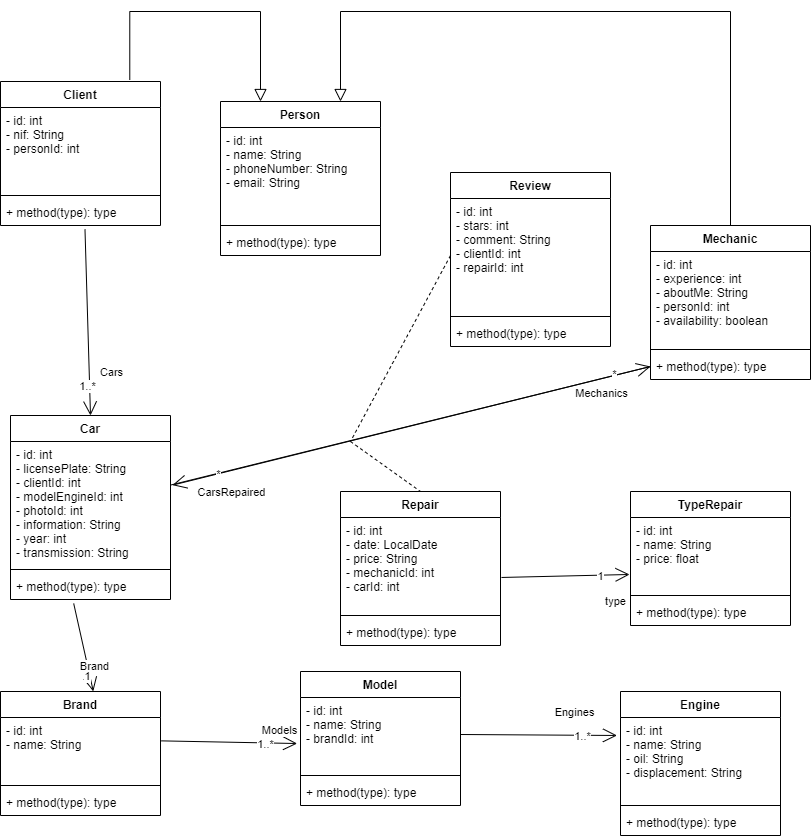
jonhot1/Projeto-de-Desenvolvimento-M-vel- keeps this draw.io diagram as ClassDiagram.drawio.png. Above is the earlier version. Source tidied: cells renumbered, new cells last; positions are measured from the earlier drawing's top-left corner, leaving out a move shared by most shapes.
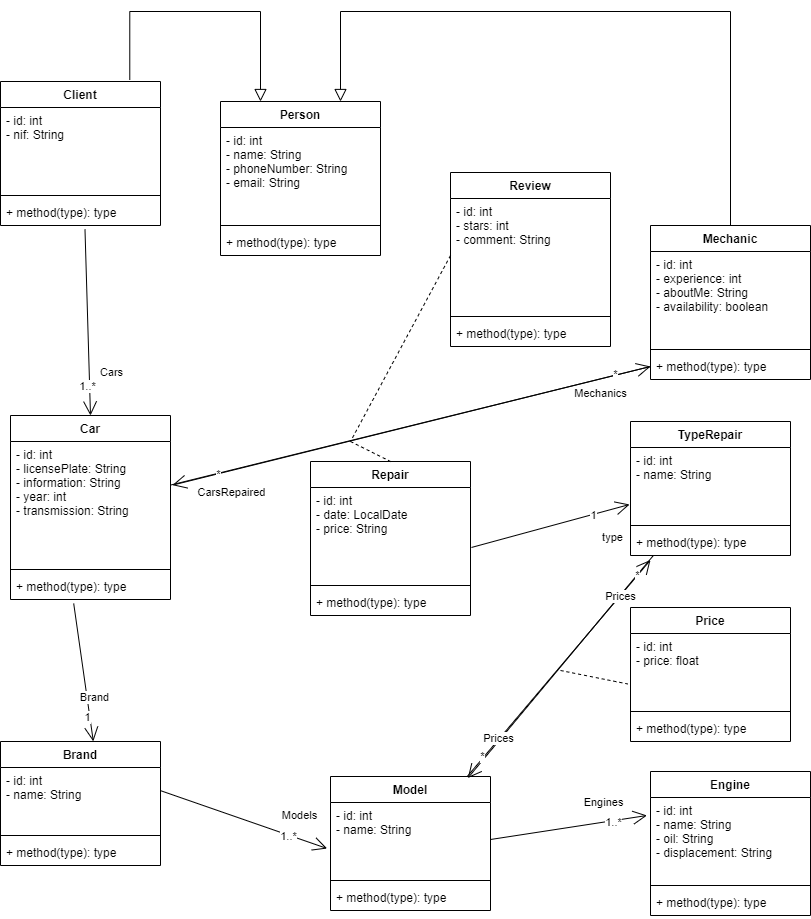
Above is the later version.

Diff of the diagram source:
```diff
@@ -36,7 +36,7 @@
     <mxCell id="8" value="Client" style="swimlane;fontStyle=1;align=center;verticalAlign=top;horizontal=1;startSize=26;" parent="1" vertex="1">
       <mxGeometry y="70" width="160" height="144" as="geometry" />
     </mxCell>
-    <mxCell id="9" value="- id: int&#10;- nif: String&#10;- personId: int " style="text;strokeColor=none;fillColor=none;align=left;verticalAlign=top;spacingLeft=4;spacingRight=4;overflow=hidden;" parent="8" vertex="1">
+    <mxCell id="9" value="- id: int&#10;- nif: String" style="text;strokeColor=none;fillColor=none;align=left;verticalAlign=top;spacingLeft=4;spacingRight=4;overflow=hidden;" parent="8" vertex="1">
       <mxGeometry y="26" width="160" height="84" as="geometry" />
     </mxCell>
     <mxCell id="10" style="line;strokeWidth=1;fillColor=none;align=left;verticalAlign=middle;spacingTop=-1;spacingLeft=3;spacingRight=3;labelPosition=right;" parent="8" vertex="1">
@@ -48,7 +48,7 @@
     <mxCell id="12" value="Mechanic" style="swimlane;fontStyle=1;align=center;verticalAlign=top;horizontal=1;startSize=26;" parent="1" vertex="1">
       <mxGeometry x="650" y="214" width="160" height="154" as="geometry" />
     </mxCell>
-    <mxCell id="13" value="- id: int&#10;- experience: int&#10;- aboutMe: String&#10;- personId: int&#10;- availability: boolean" style="text;strokeColor=none;fillColor=none;align=left;verticalAlign=top;spacingLeft=4;spacingRight=4;overflow=hidden;" parent="12" vertex="1">
+    <mxCell id="13" value="- id: int&#10;- experience: int&#10;- aboutMe: String&#10;- availability: boolean" style="text;strokeColor=none;fillColor=none;align=left;verticalAlign=top;spacingLeft=4;spacingRight=4;overflow=hidden;" parent="12" vertex="1">
       <mxGeometry y="26" width="160" height="94" as="geometry" />
     </mxCell>
     <mxCell id="14" style="line;strokeWidth=1;fillColor=none;align=left;verticalAlign=middle;spacingTop=-1;spacingLeft=3;spacingRight=3;labelPosition=right;" parent="12" vertex="1">
@@ -58,7 +58,7 @@
       <mxGeometry y="128" width="160" height="26" as="geometry" />
     </mxCell>
     <mxCell id="16" value="Brand" style="swimlane;fontStyle=1;align=center;verticalAlign=top;horizontal=1;startSize=26;" parent="1" vertex="1">
-      <mxGeometry y="680" width="160" height="124" as="geometry" />
+      <mxGeometry y="730" width="160" height="124" as="geometry" />
     </mxCell>
     <mxCell id="17" value="- id: int&#10;- name: String" style="text;strokeColor=none;fillColor=none;align=left;verticalAlign=top;spacingLeft=4;spacingRight=4;overflow=hidden;points=[[0,0.5],[1,0.5]];portConstraint=eastwest;" parent="16" vertex="1">
       <mxGeometry y="26" width="160" height="64" as="geometry" />
@@ -72,7 +72,7 @@
     <mxCell id="20" value="Car" style="swimlane;fontStyle=1;align=center;verticalAlign=top;horizontal=1;startSize=26;" parent="1" vertex="1">
       <mxGeometry x="10" y="404" width="160" height="184" as="geometry" />
     </mxCell>
-    <mxCell id="21" value="- id: int&#10;- licensePlate: String&#10;- clientId: int&#10;- modelEngineId: int&#10;- photoId: int&#10;- information: String&#10;- year: int&#10;- transmission: String" style="text;strokeColor=none;fillColor=none;align=left;verticalAlign=top;spacingLeft=4;spacingRight=4;overflow=hidden;points=[[0,0.5],[1,0.5]];portConstraint=eastwest;" parent="20" vertex="1">
+    <mxCell id="21" value="- id: int&#10;- licensePlate: String&#10;- information: String&#10;- year: int&#10;- transmission: String" style="text;strokeColor=none;fillColor=none;align=left;verticalAlign=top;spacingLeft=4;spacingRight=4;overflow=hidden;points=[[0,0.5],[1,0.5]];portConstraint=eastwest;" parent="20" vertex="1">
       <mxGeometry y="26" width="160" height="124" as="geometry" />
     </mxCell>
     <mxCell id="22" style="line;strokeWidth=1;fillColor=none;align=left;verticalAlign=middle;spacingTop=-1;spacingLeft=3;spacingRight=3;labelPosition=right;" parent="20" vertex="1">
@@ -82,7 +82,7 @@
       <mxGeometry y="158" width="160" height="26" as="geometry" />
     </mxCell>
     <mxCell id="24" value="Engine" style="swimlane;fontStyle=1;align=center;verticalAlign=top;horizontal=1;startSize=26;" parent="1" vertex="1">
-      <mxGeometry x="620" y="680" width="160" height="144" as="geometry" />
+      <mxGeometry x="650" y="760" width="160" height="144" as="geometry" />
     </mxCell>
     <mxCell id="25" value="- id: int&#10;- name: String&#10;- oil: String&#10;- displacement: String" style="text;strokeColor=none;fillColor=none;align=left;verticalAlign=top;spacingLeft=4;spacingRight=4;overflow=hidden;points=[[0,0.5],[1,0.5]];portConstraint=eastwest;" parent="24" vertex="1">
       <mxGeometry y="26" width="160" height="84" as="geometry" />
@@ -94,9 +94,9 @@
       <mxGeometry y="118" width="160" height="26" as="geometry" />
     </mxCell>
     <mxCell id="28" value="Model" style="swimlane;fontStyle=1;align=center;verticalAlign=top;horizontal=1;startSize=26;" parent="1" vertex="1">
-      <mxGeometry x="300" y="660" width="160" height="134" as="geometry" />
+      <mxGeometry x="330" y="765" width="160" height="134" as="geometry" />
     </mxCell>
-    <mxCell id="29" value="- id: int&#10;- name: String&#10;- brandId: int" style="text;strokeColor=none;fillColor=none;align=left;verticalAlign=top;spacingLeft=4;spacingRight=4;overflow=hidden;points=[[0,0.5],[1,0.5]];portConstraint=eastwest;" parent="28" vertex="1">
+    <mxCell id="29" value="- id: int&#10;- name: String&#10;" style="text;strokeColor=none;fillColor=none;align=left;verticalAlign=top;spacingLeft=4;spacingRight=4;overflow=hidden;points=[[0,0.5],[1,0.5]];portConstraint=eastwest;" parent="28" vertex="1">
       <mxGeometry y="26" width="160" height="74" as="geometry" />
     </mxCell>
     <mxCell id="30" style="line;strokeWidth=1;fillColor=none;align=left;verticalAlign=middle;spacingTop=-1;spacingLeft=3;spacingRight=3;labelPosition=right;" parent="28" vertex="1">
@@ -106,9 +106,9 @@
       <mxGeometry y="108" width="160" height="26" as="geometry" />
     </mxCell>
     <mxCell id="32" value="Repair" style="swimlane;fontStyle=1;align=center;verticalAlign=top;horizontal=1;startSize=26;" parent="1" vertex="1">
-      <mxGeometry x="340" y="480" width="160" height="154" as="geometry" />
+      <mxGeometry x="310" y="450" width="160" height="154" as="geometry" />
     </mxCell>
-    <mxCell id="33" value="- id: int&#10;- date: LocalDate&#10;- price: String&#10;- mechanicId: int&#10;- carId: int" style="text;strokeColor=none;fillColor=none;align=left;verticalAlign=top;spacingLeft=4;spacingRight=4;overflow=hidden;points=[[0,0.5],[1,0.5]];portConstraint=eastwest;" parent="32" vertex="1">
+    <mxCell id="33" value="- id: int&#10;- date: LocalDate&#10;- price: String" style="text;strokeColor=none;fillColor=none;align=left;verticalAlign=top;spacingLeft=4;spacingRight=4;overflow=hidden;points=[[0,0.5],[1,0.5]];portConstraint=eastwest;" parent="32" vertex="1">
       <mxGeometry y="26" width="160" height="94" as="geometry" />
     </mxCell>
     <mxCell id="34" style="line;strokeWidth=1;fillColor=none;align=left;verticalAlign=middle;spacingTop=-1;spacingLeft=3;spacingRight=3;labelPosition=right;" parent="32" vertex="1">
@@ -120,7 +120,7 @@
     <mxCell id="36" value="Review" style="swimlane;fontStyle=1;align=center;verticalAlign=top;horizontal=1;startSize=26;" parent="1" vertex="1">
       <mxGeometry x="450" y="161" width="160" height="174" as="geometry" />
     </mxCell>
-    <mxCell id="37" value="- id: int&#10;- stars: int&#10;- comment: String&#10;- clientId: int&#10;- repairId: int" style="text;strokeColor=none;fillColor=none;align=left;verticalAlign=top;spacingLeft=4;spacingRight=4;overflow=hidden;points=[[0,0.5],[1,0.5]];portConstraint=eastwest;" parent="36" vertex="1">
+    <mxCell id="37" value="- id: int&#10;- stars: int&#10;- comment: String" style="text;strokeColor=none;fillColor=none;align=left;verticalAlign=top;spacingLeft=4;spacingRight=4;overflow=hidden;points=[[0,0.5],[1,0.5]];portConstraint=eastwest;" parent="36" vertex="1">
       <mxGeometry y="26" width="160" height="114" as="geometry" />
     </mxCell>
     <mxCell id="38" style="line;strokeWidth=1;fillColor=none;align=left;verticalAlign=middle;spacingTop=-1;spacingLeft=3;spacingRight=3;labelPosition=right;" parent="36" vertex="1">
@@ -130,9 +130,9 @@
       <mxGeometry y="148" width="160" height="26" as="geometry" />
     </mxCell>
     <mxCell id="40" value="TypeRepair" style="swimlane;fontStyle=1;align=center;verticalAlign=top;horizontal=1;startSize=26;" parent="1" vertex="1">
-      <mxGeometry x="630" y="480" width="160" height="134" as="geometry" />
+      <mxGeometry x="630" y="410" width="160" height="134" as="geometry" />
     </mxCell>
-    <mxCell id="41" value="- id: int&#10;- name: String&#10;- price: float" style="text;strokeColor=none;fillColor=none;align=left;verticalAlign=top;spacingLeft=4;spacingRight=4;overflow=hidden;points=[[0,0.5],[1,0.5]];portConstraint=eastwest;" parent="40" vertex="1">
+    <mxCell id="41" value="- id: int&#10;- name: String" style="text;strokeColor=none;fillColor=none;align=left;verticalAlign=top;spacingLeft=4;spacingRight=4;overflow=hidden;points=[[0,0.5],[1,0.5]];portConstraint=eastwest;" parent="40" vertex="1">
       <mxGeometry y="26" width="160" height="74" as="geometry" />
     </mxCell>
     <mxCell id="42" style="line;strokeWidth=1;fillColor=none;align=left;verticalAlign=middle;spacingTop=-1;spacingLeft=3;spacingRight=3;labelPosition=right;" parent="40" vertex="1">
@@ -230,5 +230,44 @@
         <mxPoint x="11" y="9" as="offset" />
       </mxGeometry>
     </mxCell>
+    <mxCell id="67" value="Price" style="swimlane;fontStyle=1;align=center;verticalAlign=top;horizontal=1;startSize=26;" parent="1" vertex="1">
+      <mxGeometry x="630" y="596" width="160" height="134" as="geometry" />
+    </mxCell>
+    <mxCell id="68" value="- id: int&#10;- price: float" style="text;strokeColor=none;fillColor=none;align=left;verticalAlign=top;spacingLeft=4;spacingRight=4;overflow=hidden;points=[[0,0.5],[1,0.5]];portConstraint=eastwest;" parent="67" vertex="1">
+      <mxGeometry y="26" width="160" height="74" as="geometry" />
+    </mxCell>
+    <mxCell id="69" style="line;strokeWidth=1;fillColor=none;align=left;verticalAlign=middle;spacingTop=-1;spacingLeft=3;spacingRight=3;labelPosition=right;" parent="67" vertex="1">
+      <mxGeometry y="100" width="160" height="8" as="geometry" />
+    </mxCell>
+    <mxCell id="70" value="+ method(type): type" style="text;strokeColor=none;fillColor=none;align=left;verticalAlign=top;spacingLeft=4;spacingRight=4;overflow=hidden;" parent="67" vertex="1">
+      <mxGeometry y="108" width="160" height="26" as="geometry" />
+    </mxCell>
+    <mxCell id="71" style="endArrow=open;endFill=1;endSize=12;html=1;rounded=0;entryX=0.125;entryY=1.173;entryDx=0;entryDy=0;entryPerimeter=0;" parent="1" edge="1" source="28" target="43">
+      <mxGeometry relative="1" as="geometry" />
+    </mxCell>
+    <mxCell id="72" style="endArrow=open;endFill=1;endSize=12;html=1;rounded=0;entryX=0.858;entryY=0.012;entryDx=0;entryDy=0;entryPerimeter=0;exitX=0.144;exitY=0.992;exitDx=0;exitDy=0;exitPerimeter=0;" parent="1" edge="1" source="43" target="28">
+      <mxGeometry relative="1" as="geometry" />
+    </mxCell>
+    <mxCell id="73" value="*" style="edgeLabel;html=1;align=center;verticalAlign=middle;" parent="72" vertex="1">
+      <mxGeometry x="-0.82" relative="1" as="geometry" />
+    </mxCell>
+    <mxCell id="74" value="*" style="edgeLabel;html=1;align=center;verticalAlign=middle;" parent="72" vertex="1">
+      <mxGeometry x="0.82" y="-3" relative="1" as="geometry">
+        <mxPoint y="-1" as="offset" />
+      </mxGeometry>
+    </mxCell>
+    <mxCell id="75" value="Prices" style="edgeLabel;html=1;align=center;verticalAlign=middle;" parent="72" vertex="1">
+      <mxGeometry x="-0.64" y="1" relative="1" as="geometry">
+        <mxPoint x="-1" as="offset" />
+      </mxGeometry>
+    </mxCell>
+    <mxCell id="76" value="Prices" style="edgeLabel;html=1;align=center;verticalAlign=middle;" parent="72" vertex="1">
+      <mxGeometry x="0.65" y="-2" relative="1" as="geometry" />
+    </mxCell>
+    <mxCell id="77" style="endArrow=none;dashed=1;html=1;rounded=0;entryX=-0.017;entryY=0.682;entryDx=0;entryDy=0;entryPerimeter=0;" parent="1" edge="1" target="68">
+      <mxGeometry relative="1" as="geometry">
+        <mxPoint x="560" y="659" as="sourcePoint" />
+      </mxGeometry>
+    </mxCell>
   </root>
 </mxGraphModel>
```
